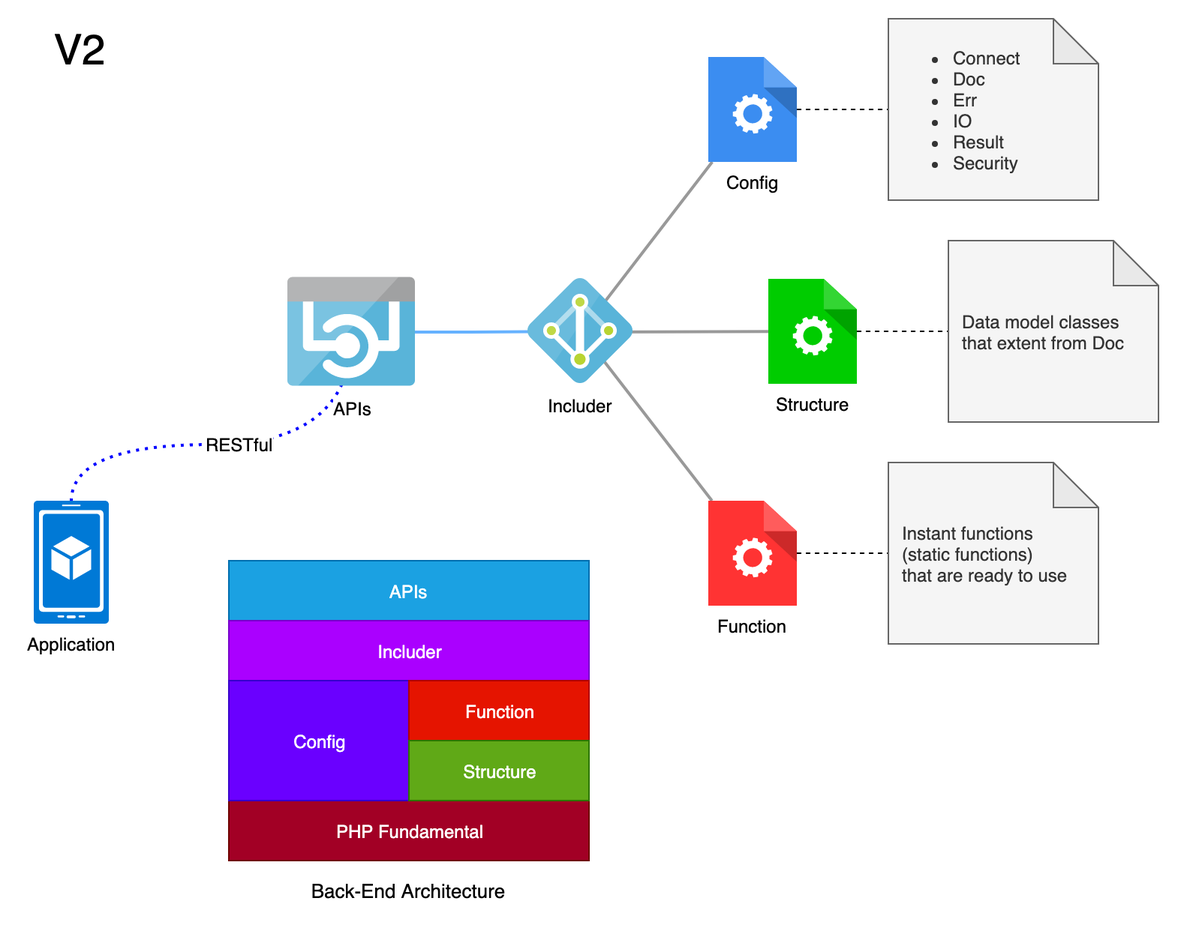
This is BackEnd/php/PHPMySQL-Concept.png from TummanoonW/Proto-Framework, a draw.io export, as it was before one commit. Source tidied: cells renumbered, new cells last; positions are measured from the earlier drawing's top-left corner, leaving out a move shared by most shapes.
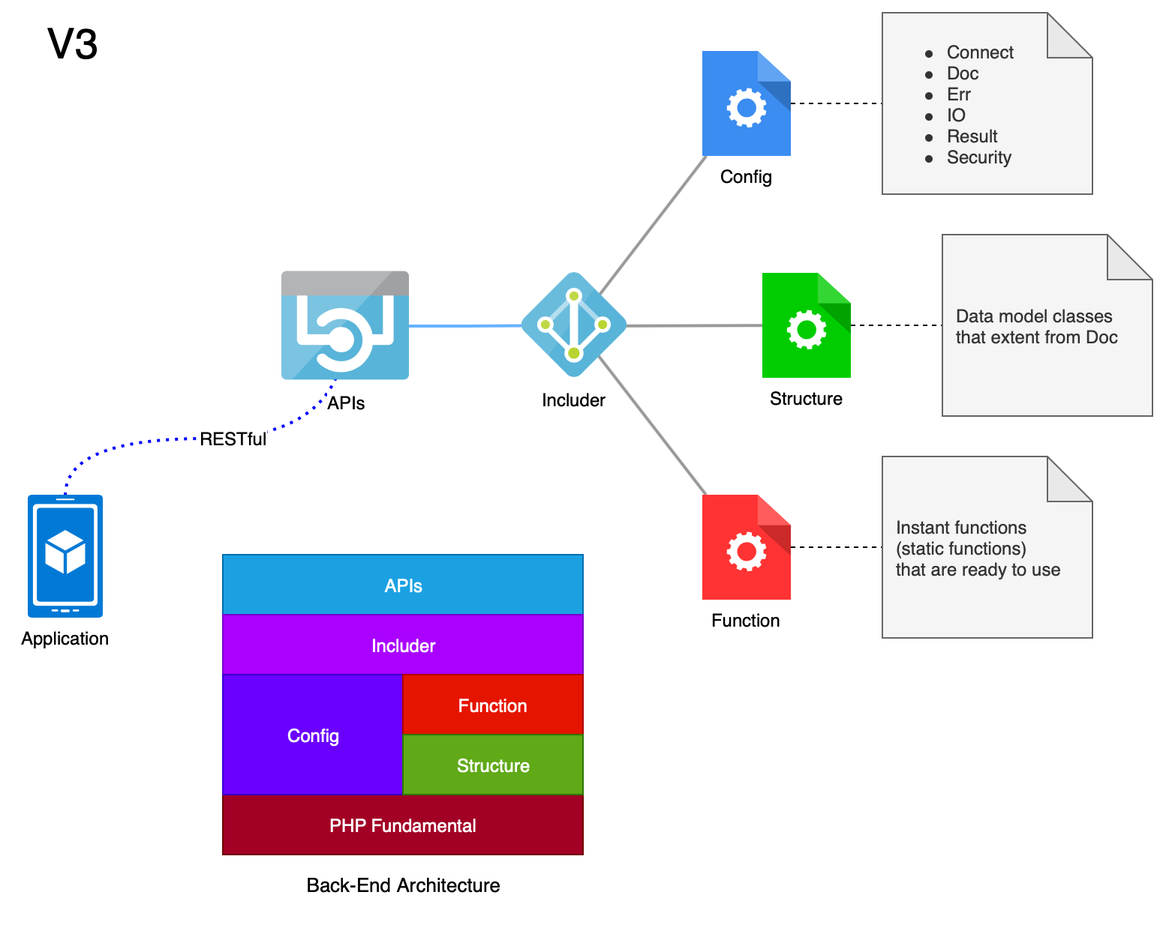
The same file after the commit.

Change to the diagram source:
```diff
@@ -53,7 +53,7 @@
     <mxCell id="18" value="APIs" style="html=1;perimeter=none;align=center;shadow=0;dashed=0;image;fontSize=12;image=img/lib/mscae/App_Service_API_Apps.svg;" parent="1" vertex="1">
       <mxGeometry x="179.5" y="172.5" width="85" height="73" as="geometry" />
     </mxCell>
-    <mxCell id="19" value="V2" style="text;html=1;strokeColor=none;fillColor=none;align=center;verticalAlign=middle;whiteSpace=wrap;rounded=0;fontSize=28;" parent="1" vertex="1">
+    <mxCell id="19" value="V3" style="text;html=1;strokeColor=none;fillColor=none;align=center;verticalAlign=middle;whiteSpace=wrap;rounded=0;fontSize=28;" parent="1" vertex="1">
       <mxGeometry width="80" height="40" as="geometry" />
     </mxCell>
     <mxCell id="20" value="APIs" style="rounded=0;whiteSpace=wrap;html=1;fillColor=#1ba1e2;align=center;strokeColor=#006EAF;fontColor=#ffffff;" parent="1" vertex="1">
```
